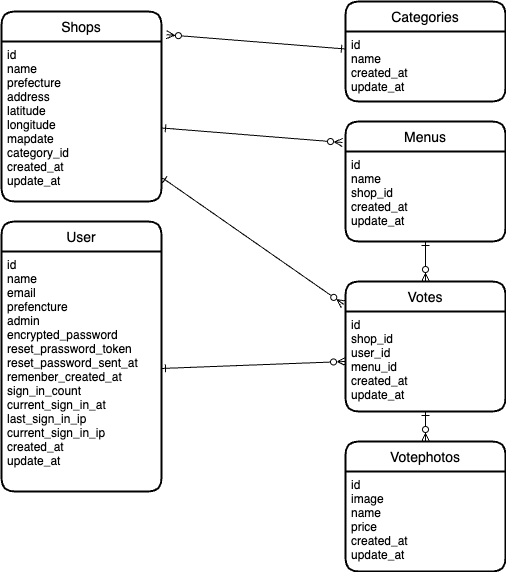
Earlier version of the draw.io export img/jimoguru.png (yuko-fu/jimoguru). Source tidied: cells renumbered, new cells last; positions are measured from the earlier drawing's top-left corner, leaving out a move shared by most shapes.
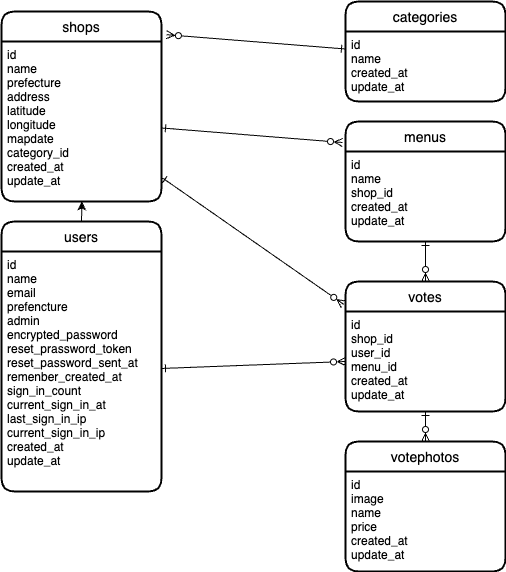
Above is the later version.

The edit, as a diff of the source:
```diff
@@ -2,37 +2,37 @@
   <root>
     <mxCell id="0" />
     <mxCell id="1" parent="0" />
-    <mxCell id="2" value="Shops" style="swimlane;horizontal=1;startSize=30;rounded=1;fontSize=14;fontStyle=0;strokeWidth=2;shadow=0;dashed=0;align=center;" parent="1" vertex="1">
+    <mxCell id="2" value="shops" style="swimlane;horizontal=1;startSize=30;rounded=1;fontSize=14;fontStyle=0;strokeWidth=2;shadow=0;dashed=0;align=center;" parent="1" vertex="1">
       <mxGeometry y="10" width="160" height="190" as="geometry" />
     </mxCell>
     <mxCell id="3" value="id&#10;name&#10;prefecture&#10;address&#10;latitude&#10;longitude&#10;mapdate&#10;category_id&#10;created_at&#10;update_at" style="align=left;strokeColor=none;fillColor=none;spacingLeft=4;fontSize=12;verticalAlign=top;" parent="2" vertex="1">
       <mxGeometry y="30" width="160" height="160" as="geometry" />
     </mxCell>
-    <mxCell id="4" value="Categories" style="swimlane;horizontal=1;startSize=30;rounded=1;fontSize=14;fontStyle=0;strokeWidth=2;shadow=0;dashed=0;align=center;" parent="1" vertex="1">
+    <mxCell id="4" value="categories" style="swimlane;horizontal=1;startSize=30;rounded=1;fontSize=14;fontStyle=0;strokeWidth=2;shadow=0;dashed=0;align=center;" parent="1" vertex="1">
       <mxGeometry x="344" width="160" height="100" as="geometry" />
     </mxCell>
     <mxCell id="5" value="id&#10;name&#10;created_at&#10;update_at" style="align=left;strokeColor=none;fillColor=none;spacingLeft=4;fontSize=12;verticalAlign=top;" parent="4" vertex="1">
       <mxGeometry y="30" width="160" height="70" as="geometry" />
     </mxCell>
-    <mxCell id="6" value="Menus" style="swimlane;horizontal=1;startSize=30;rounded=1;fontSize=14;fontStyle=0;strokeWidth=2;shadow=0;dashed=0;align=center;" parent="1" vertex="1">
+    <mxCell id="6" value="menus" style="swimlane;horizontal=1;startSize=30;rounded=1;fontSize=14;fontStyle=0;strokeWidth=2;shadow=0;dashed=0;align=center;" parent="1" vertex="1">
       <mxGeometry x="344" y="120" width="160" height="120" as="geometry" />
     </mxCell>
     <mxCell id="7" value="id&#10;name&#10;shop_id&#10;created_at&#10;update_at" style="align=left;strokeColor=none;fillColor=none;spacingLeft=4;fontSize=12;verticalAlign=top;" parent="6" vertex="1">
       <mxGeometry y="30" width="160" height="90" as="geometry" />
     </mxCell>
-    <mxCell id="8" value="User" style="swimlane;horizontal=1;startSize=30;rounded=1;fontSize=14;fontStyle=0;strokeWidth=2;shadow=0;dashed=0;align=center;" parent="1" vertex="1">
+    <mxCell id="8" value="users" style="swimlane;horizontal=1;startSize=30;rounded=1;fontSize=14;fontStyle=0;strokeWidth=2;shadow=0;dashed=0;align=center;" parent="1" vertex="1">
       <mxGeometry y="220" width="160" height="270" as="geometry" />
     </mxCell>
     <mxCell id="9" value="id&#10;name&#10;email&#10;prefencture&#10;admin&#10;encrypted_password&#10;reset_prassword_token&#10;reset_password_sent_at&#10;remenber_created_at&#10;sign_in_count&#10;current_sign_in_at&#10;last_sign_in_ip&#10;current_sign_in_ip&#10;created_at&#10;update_at&#10;" style="align=left;strokeColor=none;fillColor=none;spacingLeft=4;fontSize=12;verticalAlign=top;" parent="8" vertex="1">
       <mxGeometry y="30" width="160" height="240" as="geometry" />
     </mxCell>
-    <mxCell id="10" value="Votes" style="swimlane;horizontal=1;startSize=30;rounded=1;fontSize=14;fontStyle=0;strokeWidth=2;shadow=0;dashed=0;align=center;" parent="1" vertex="1">
+    <mxCell id="10" value="votes" style="swimlane;horizontal=1;startSize=30;rounded=1;fontSize=14;fontStyle=0;strokeWidth=2;shadow=0;dashed=0;align=center;" parent="1" vertex="1">
       <mxGeometry x="344" y="280" width="160" height="130" as="geometry" />
     </mxCell>
     <mxCell id="11" value="id&#10;shop_id&#10;user_id&#10;menu_id&#10;created_at&#10;update_at" style="align=left;strokeColor=none;fillColor=none;spacingLeft=4;fontSize=12;verticalAlign=top;" parent="10" vertex="1">
       <mxGeometry y="30" width="160" height="100" as="geometry" />
     </mxCell>
-    <mxCell id="12" value="Votephotos" style="swimlane;horizontal=1;startSize=30;rounded=1;fontSize=14;fontStyle=0;strokeWidth=2;shadow=0;dashed=0;align=center;" parent="1" vertex="1">
+    <mxCell id="12" value="votephotos" style="swimlane;horizontal=1;startSize=30;rounded=1;fontSize=14;fontStyle=0;strokeWidth=2;shadow=0;dashed=0;align=center;" parent="1" vertex="1">
       <mxGeometry x="344" y="440" width="160" height="130" as="geometry" />
     </mxCell>
     <mxCell id="13" value="id&#10;image&#10;name&#10;price&#10;created_at&#10;update_at" style="align=left;strokeColor=none;fillColor=none;spacingLeft=4;fontSize=12;verticalAlign=top;" parent="12" vertex="1">
@@ -56,5 +56,10 @@
     <mxCell id="19" style="edgeStyle=none;html=1;entryX=0.5;entryY=0;entryDx=0;entryDy=0;startArrow=ERone;startFill=0;endArrow=ERzeroToMany;endFill=0;" parent="1" edge="1" source="11" target="12">
       <mxGeometry relative="1" as="geometry" />
     </mxCell>
+    <mxCell id="20" style="edgeStyle=orthogonalEdgeStyle;rounded=0;jettySize=auto;html=1;" parent="1" edge="1" target="3">
+      <mxGeometry relative="1" as="geometry">
+        <mxPoint x="80" y="220" as="sourcePoint" />
+      </mxGeometry>
+    </mxCell>
   </root>
 </mxGraphModel>
```
